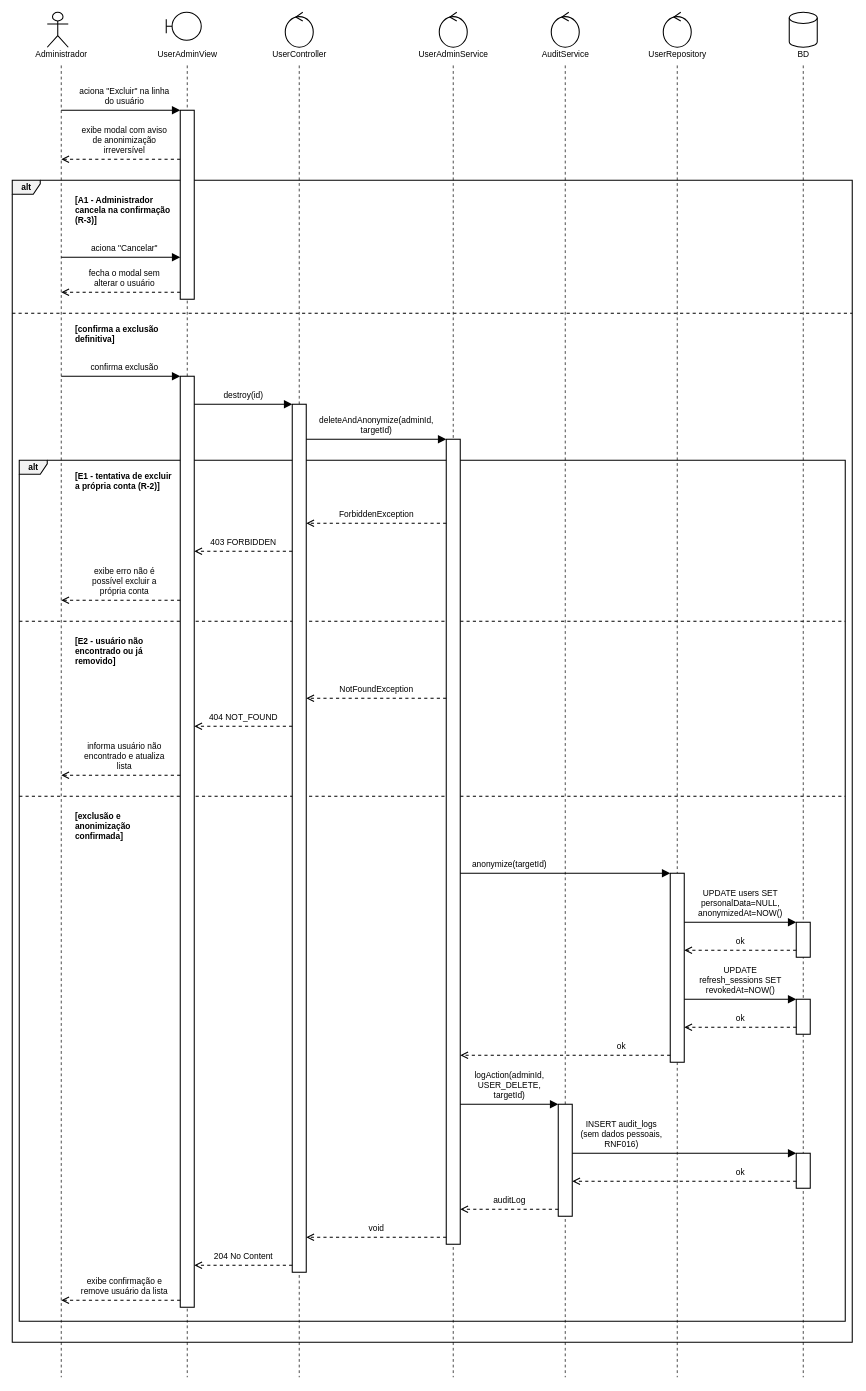
Earlier version of the draw.io diagram especificacao/diagramas/14-sequencia-uc018.drawio (Plataforma-de-Cursos-TCC/plataforma-cursos-docs). Source tidied: cells renumbered, new cells numbered last; positions are measured from the earlier drawing's top-left corner, leaving out a move shared by most shapes. Both pictures are drawn from the tidied source at 70%, with x=0, y=0 at pixel (12, 12).
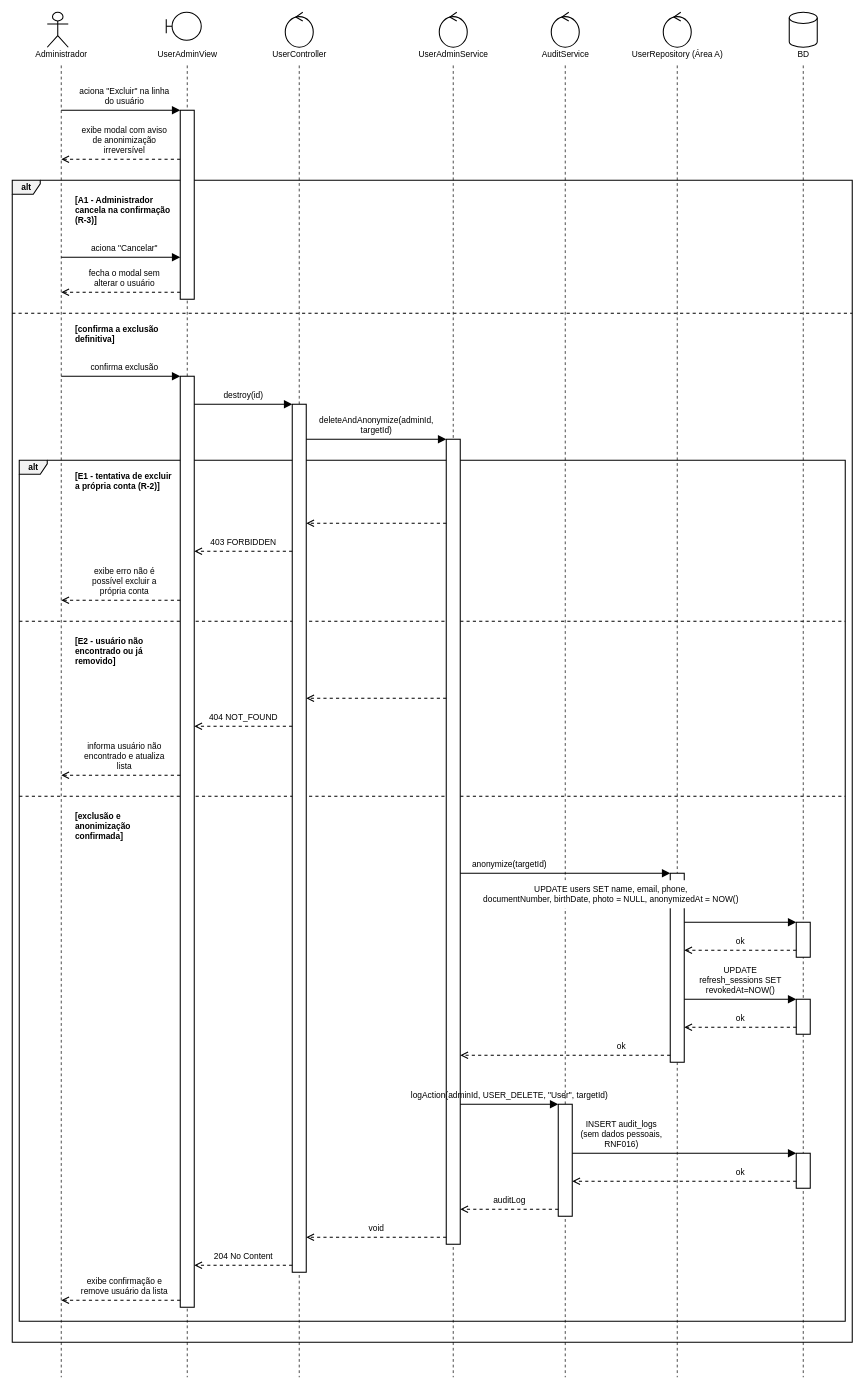
The same diagram, later.

Commit message (it also covers changes not shown here):
fix(sequencia-uc018): name the Area A repository and list anonymized fields

Change to the diagram source:
```diff
@@
-    <mxCell id="61" value="UserRepository" style="text;html=1;strokeColor=none;fillColor=none;align=center;verticalAlign=middle;spacing=0;fontFamily=Helvetica;fontSize=12;fontColor=#000000;" parent="1" vertex="1">
+    <mxCell id="61" value="UserRepository (Área A)" style="text;html=1;strokeColor=none;fillColor=none;align=center;verticalAlign=middle;spacing=0;fontFamily=Helvetica;fontSize=12;fontColor=#000000;" parent="1" vertex="1">
       <mxGeometry x="900" y="50" width="100" height="20" as="geometry" />
     </mxCell>
@@
-    <mxCell id="73" value="ForbiddenException" style="text;html=1;strokeColor=none;fillColor=none;verticalAlign=bottom;spacing=0;spacingBottom=5;align=center;fontFamily=Helvetica;fontSize=12;fontColor=#000000;" parent="1" vertex="1">
-      <mxGeometry x="430" y="700" width="180" height="30" as="geometry" />
-    </mxCell>
@@
-    <mxCell id="77" value="NotFoundException" style="text;html=1;strokeColor=none;fillColor=none;verticalAlign=bottom;spacing=0;spacingBottom=5;align=center;fontFamily=Helvetica;fontSize=12;fontColor=#000000;" parent="1" vertex="1">
-      <mxGeometry x="430" y="950" width="180" height="30" as="geometry" />
-    </mxCell>
@@
-    <mxCell id="82" value="UPDATE users SET&lt;br&gt;personalData=NULL,&lt;br&gt;anonymizedAt=NOW()" style="text;html=1;strokeColor=none;fillColor=none;verticalAlign=bottom;spacing=0;spacingBottom=5;align=center;fontFamily=Helvetica;fontSize=12;fontColor=#000000;" parent="1" vertex="1">
-      <mxGeometry x="970" y="1240" width="140" height="60" as="geometry" />
+    <mxCell id="82" value="UPDATE users SET name, email, phone,&lt;br&gt;documentNumber, birthDate, photo = NULL, anonymizedAt = NOW()" style="text;html=1;strokeColor=none;fillColor=#FFFFFF;verticalAlign=bottom;spacing=0;spacingBottom=5;align=center;fontFamily=Helvetica;fontSize=12;fontColor=#000000;" parent="1" vertex="1">
+      <mxGeometry x="725" y="1240" width="260" height="40" as="geometry" />
     </mxCell>
@@
-    <mxCell id="87" value="logAction(adminId,&lt;br&gt;USER_DELETE,&lt;br&gt;targetId)" style="text;html=1;strokeColor=none;fillColor=none;verticalAlign=bottom;spacing=0;spacingBottom=5;align=center;fontFamily=Helvetica;fontSize=12;fontColor=#000000;" parent="1" vertex="1">
+    <mxCell id="87" value="logAction(adminId, USER_DELETE, &quot;User&quot;, targetId)" style="text;html=1;strokeColor=none;fillColor=none;verticalAlign=bottom;spacing=0;spacingBottom=5;align=center;fontFamily=Helvetica;fontSize=12;fontColor=#000000;" parent="1" vertex="1">
       <mxGeometry x="650" y="1500" width="120" height="60" as="geometry" />
     </mxCell>
```
